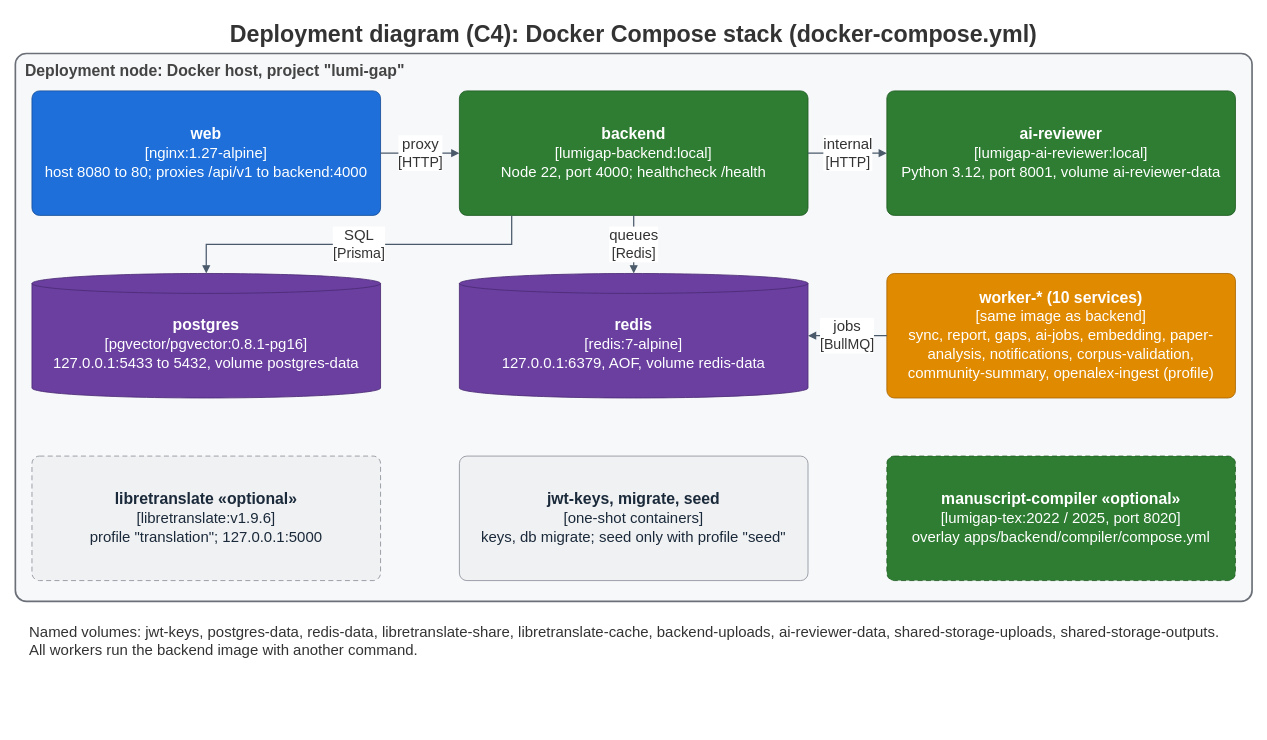
This is docs/diagrams/report4/R4_C4_Deployment_Compose.drawio from Khoa-Hoa-Technology-Solution-Company/lumi-gap, a draw.io file, before an edit. Source tidied: cells renumbered, new cells numbered last; positions are measured from the earlier drawing's top-left corner, leaving out a move shared by most shapes. Both pictures are drawn from the tidied source at 83%, with x=0, y=0 at pixel (15, 14).
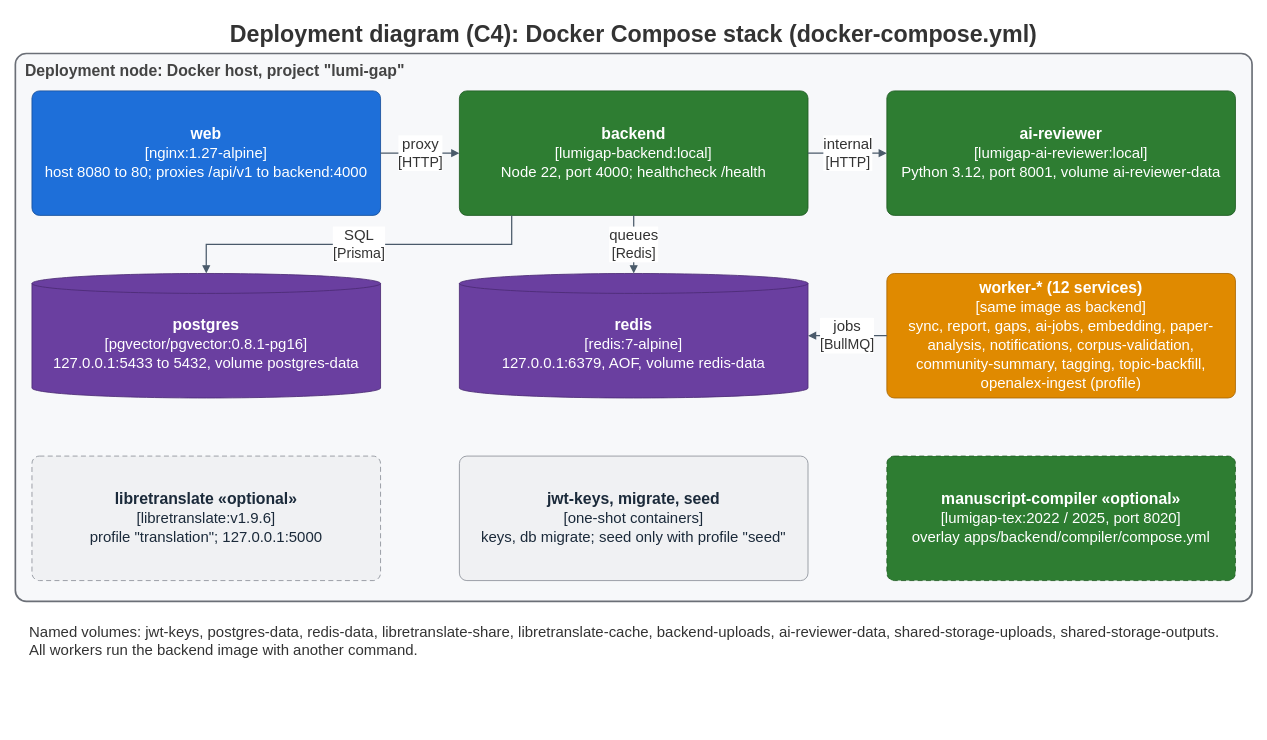
The same diagram, later.

Diff of the diagram source:
```diff
@@
 <mxGraphModel background="#FFFFFF">
   <root>
     <mxCell id="0" />
     <mxCell id="1" parent="0" />
     <mxCell id="2" value="&lt;b style=&quot;font-size:28px&quot;&gt;Deployment diagram (C4): Docker Compose stack (docker-compose.yml)&lt;/b&gt;" style="text;html=1;whiteSpace=wrap;align=center;verticalAlign=top;fontSize=28;fontColor=#333333;" parent="1" vertex="1">
       <mxGeometry x="15" width="1460" height="40" as="geometry" />
     </mxCell>
     <mxCell id="3" value="Deployment node: Docker host, project &quot;lumi-gap&quot;" style="rounded=1;arcSize=2;whiteSpace=wrap;html=1;fillColor=#F7F8FA;strokeColor=#6B6F77;strokeWidth=2;verticalAlign=top;align=left;spacingLeft=10;spacingTop=4;fontColor=#444444;fontStyle=1;fontSize=19;" parent="1" vertex="1">
       <mxGeometry y="47" width="1490" height="660" as="geometry" />
     </mxCell>
     <mxCell id="4" value="&lt;b&gt;web&lt;/b&gt;&lt;br&gt;&lt;span style=&quot;font-size:18px&quot;&gt;[nginx:1.27-alpine]&lt;/span&gt;&lt;br&gt;&lt;span style=&quot;font-size:18px&quot;&gt;host 8080 to 80; proxies /api/v1 to backend:4000&lt;/span&gt;" style="rounded=1;arcSize=6;whiteSpace=wrap;html=1;fillColor=#1E6FD9;fontColor=#ffffff;strokeColor=#164F9A;fontSize=19;" parent="1" vertex="1">
       <mxGeometry x="20" y="92" width="420" height="150" as="geometry" />
     </mxCell>
     <mxCell id="5" value="&lt;b&gt;backend&lt;/b&gt;&lt;br&gt;&lt;span style=&quot;font-size:18px&quot;&gt;[lumigap-backend:local]&lt;/span&gt;&lt;br&gt;&lt;span style=&quot;font-size:18px&quot;&gt;Node 22, port 4000; healthcheck /health&lt;/span&gt;" style="rounded=1;arcSize=6;whiteSpace=wrap;html=1;fillColor=#2E7D32;fontColor=#ffffff;strokeColor=#1F5A23;fontSize=19;" parent="1" vertex="1">
       <mxGeometry x="535" y="92" width="420" height="150" as="geometry" />
     </mxCell>
     <mxCell id="6" value="&lt;b&gt;ai-reviewer&lt;/b&gt;&lt;br&gt;&lt;span style=&quot;font-size:18px&quot;&gt;[lumigap-ai-reviewer:local]&lt;/span&gt;&lt;br&gt;&lt;span style=&quot;font-size:18px&quot;&gt;Python 3.12, port 8001, volume ai-reviewer-data&lt;/span&gt;" style="rounded=1;arcSize=6;whiteSpace=wrap;html=1;fillColor=#2E7D32;fontColor=#ffffff;strokeColor=#1F5A23;fontSize=19;" parent="1" vertex="1">
       <mxGeometry x="1050" y="92" width="420" height="150" as="geometry" />
     </mxCell>
     <mxCell id="7" value="&lt;b&gt;postgres&lt;/b&gt;&lt;br&gt;&lt;span style=&quot;font-size:18px&quot;&gt;[pgvector/pgvector:0.8.1-pg16]&lt;/span&gt;&lt;br&gt;&lt;span style=&quot;font-size:18px&quot;&gt;127.0.0.1:5433 to 5432, volume postgres-data&lt;/span&gt;" style="shape=cylinder3;boundedLbl=1;backgroundOutline=1;size=12;whiteSpace=wrap;html=1;fillColor=#6A3FA0;fontColor=#ffffff;strokeColor=#4C2B75;fontSize=19;" parent="1" vertex="1">
       <mxGeometry x="20" y="312" width="420" height="150" as="geometry" />
     </mxCell>
     <mxCell id="8" value="&lt;b&gt;redis&lt;/b&gt;&lt;br&gt;&lt;span style=&quot;font-size:18px&quot;&gt;[redis:7-alpine]&lt;/span&gt;&lt;br&gt;&lt;span style=&quot;font-size:18px&quot;&gt;127.0.0.1:6379, AOF, volume redis-data&lt;/span&gt;" style="shape=cylinder3;boundedLbl=1;backgroundOutline=1;size=12;whiteSpace=wrap;html=1;fillColor=#6A3FA0;fontColor=#ffffff;strokeColor=#4C2B75;fontSize=19;" parent="1" vertex="1">
       <mxGeometry x="535" y="312" width="420" height="150" as="geometry" />
     </mxCell>
-    <mxCell id="9" value="&lt;b&gt;worker-* (10 services)&lt;/b&gt;&lt;br&gt;&lt;span style=&quot;font-size:18px&quot;&gt;[same image as backend]&lt;/span&gt;&lt;br&gt;&lt;span style=&quot;font-size:18px&quot;&gt;sync, report, gaps, ai-jobs, embedding, paper-analysis, notifications, corpus-validation, community-summary, openalex-ingest (profile)&lt;/span&gt;" style="rounded=1;arcSize=6;whiteSpace=wrap;html=1;fillColor=#E08A00;fontColor=#ffffff;strokeColor=#A86600;fontSize=19;" parent="1" vertex="1">
+    <mxCell id="9" value="&lt;b&gt;worker-* (12 services)&lt;/b&gt;&lt;br&gt;&lt;span style=&quot;font-size:18px&quot;&gt;[same image as backend]&lt;/span&gt;&lt;br&gt;&lt;span style=&quot;font-size:18px&quot;&gt;sync, report, gaps, ai-jobs, embedding, paper-analysis, notifications, corpus-validation, community-summary, tagging, topic-backfill, openalex-ingest (profile)&lt;/span&gt;" style="rounded=1;arcSize=6;whiteSpace=wrap;html=1;fillColor=#E08A00;fontColor=#ffffff;strokeColor=#A86600;fontSize=19;" parent="1" vertex="1">
       <mxGeometry x="1050" y="312" width="420" height="150" as="geometry" />
     </mxCell>
     <mxCell id="10" value="&lt;b&gt;libretranslate «optional»&lt;/b&gt;&lt;br&gt;&lt;span style=&quot;font-size:18px&quot;&gt;[libretranslate:v1.9.6]&lt;/span&gt;&lt;br&gt;&lt;span style=&quot;font-size:18px&quot;&gt;profile &amp;quot;translation&amp;quot;; 127.0.0.1:5000&lt;/span&gt;" style="rounded=1;arcSize=6;whiteSpace=wrap;html=1;fillColor=#F0F1F3;fontColor=#1B2A3A;strokeColor=#8A8F98;fontSize=19;dashed=1;dashPattern=6 4;" parent="1" vertex="1">
       <mxGeometry x="20" y="532" width="420" height="150" as="geometry" />
     </mxCell>
     <mxCell id="11" value="&lt;b&gt;jwt-keys, migrate, seed&lt;/b&gt;&lt;br&gt;&lt;span style=&quot;font-size:18px&quot;&gt;[one-shot containers]&lt;/span&gt;&lt;br&gt;&lt;span style=&quot;font-size:18px&quot;&gt;keys, db migrate; seed only with profile &amp;quot;seed&amp;quot;&lt;/span&gt;" style="rounded=1;arcSize=6;whiteSpace=wrap;html=1;fillColor=#F0F1F3;fontColor=#1B2A3A;strokeColor=#8A8F98;fontSize=19;" parent="1" vertex="1">
       <mxGeometry x="535" y="532" width="420" height="150" as="geometry" />
     </mxCell>
     <mxCell id="12" value="&lt;b&gt;manuscript-compiler «optional»&lt;/b&gt;&lt;br&gt;&lt;span style=&quot;font-size:18px&quot;&gt;[lumigap-tex:2022 / 2025, port 8020]&lt;/span&gt;&lt;br&gt;&lt;span style=&quot;font-size:18px&quot;&gt;overlay apps/backend/compiler/compose.yml&lt;/span&gt;" style="rounded=1;arcSize=6;whiteSpace=wrap;html=1;fillColor=#2E7D32;fontColor=#ffffff;strokeColor=#1F5A23;fontSize=19;dashed=1;dashPattern=6 4;" parent="1" vertex="1">
       <mxGeometry x="1050" y="532" width="420" height="150" as="geometry" />
     </mxCell>
     <mxCell id="13" value="proxy&lt;br&gt;&lt;span style=&quot;font-size:17px&quot;&gt;[HTTP]&lt;/span&gt;" style="html=1;edgeStyle=orthogonalEdgeStyle;rounded=0;endArrow=block;endFill=1;strokeColor=#4A5A6A;fontSize=18;fontColor=#333333;labelBackgroundColor=#FFFFFF;strokeWidth=1.5;exitX=1;exitY=0.5;exitDx=0;exitDy=0;entryX=0;entryY=0.5;entryDx=0;entryDy=0;" parent="1" edge="1" source="4" target="5">
       <mxGeometry relative="1" as="geometry" />
     </mxCell>
     <mxCell id="14" value="internal&lt;br&gt;&lt;span style=&quot;font-size:17px&quot;&gt;[HTTP]&lt;/span&gt;" style="html=1;edgeStyle=orthogonalEdgeStyle;rounded=0;endArrow=block;endFill=1;strokeColor=#4A5A6A;fontSize=18;fontColor=#333333;labelBackgroundColor=#FFFFFF;strokeWidth=1.5;exitX=1;exitY=0.5;exitDx=0;exitDy=0;entryX=0;entryY=0.5;entryDx=0;entryDy=0;" parent="1" edge="1" source="5" target="6">
       <mxGeometry relative="1" as="geometry" />
     </mxCell>
     <mxCell id="15" value="queues&lt;br&gt;&lt;span style=&quot;font-size:17px&quot;&gt;[Redis]&lt;/span&gt;" style="html=1;edgeStyle=orthogonalEdgeStyle;rounded=0;endArrow=block;endFill=1;strokeColor=#4A5A6A;fontSize=18;fontColor=#333333;labelBackgroundColor=#FFFFFF;strokeWidth=1.5;exitX=0.5;exitY=1;exitDx=0;exitDy=0;entryX=0.5;entryY=0;entryDx=0;entryDy=0;" parent="1" edge="1" source="5" target="8">
       <mxGeometry relative="1" as="geometry" />
     </mxCell>
     <mxCell id="16" value="SQL&lt;br&gt;&lt;span style=&quot;font-size:17px&quot;&gt;[Prisma]&lt;/span&gt;" style="html=1;edgeStyle=orthogonalEdgeStyle;rounded=0;endArrow=block;endFill=1;strokeColor=#4A5A6A;fontSize=18;fontColor=#333333;labelBackgroundColor=#FFFFFF;strokeWidth=1.5;exitX=0.15;exitY=1;exitDx=0;exitDy=0;entryX=0.5;entryY=0;entryDx=0;entryDy=0;" parent="1" edge="1" source="5" target="7">
       <mxGeometry relative="1" as="geometry" />
     </mxCell>
     <mxCell id="17" value="jobs&lt;br&gt;&lt;span style=&quot;font-size:17px&quot;&gt;[BullMQ]&lt;/span&gt;" style="html=1;edgeStyle=orthogonalEdgeStyle;rounded=0;endArrow=block;endFill=1;strokeColor=#4A5A6A;fontSize=18;fontColor=#333333;labelBackgroundColor=#FFFFFF;strokeWidth=1.5;exitX=0;exitY=0.5;exitDx=0;exitDy=0;entryX=1;entryY=0.5;entryDx=0;entryDy=0;" parent="1" edge="1" source="9" target="8">
       <mxGeometry relative="1" as="geometry" />
     </mxCell>
     <mxCell id="18" value="Named volumes: jwt-keys, postgres-data, redis-data, libretranslate-share, libretranslate-cache, backend-uploads, ai-reviewer-data, shared-storage-uploads, shared-storage-outputs.&lt;br&gt;All workers run the backend image with another command." style="text;html=1;whiteSpace=wrap;align=left;verticalAlign=top;fontSize=18;fontColor=#333333;" parent="1" vertex="1">
       <mxGeometry x="15" y="727" width="1470" height="130" as="geometry" />
     </mxCell>
   </root>
 </mxGraphModel>
```
